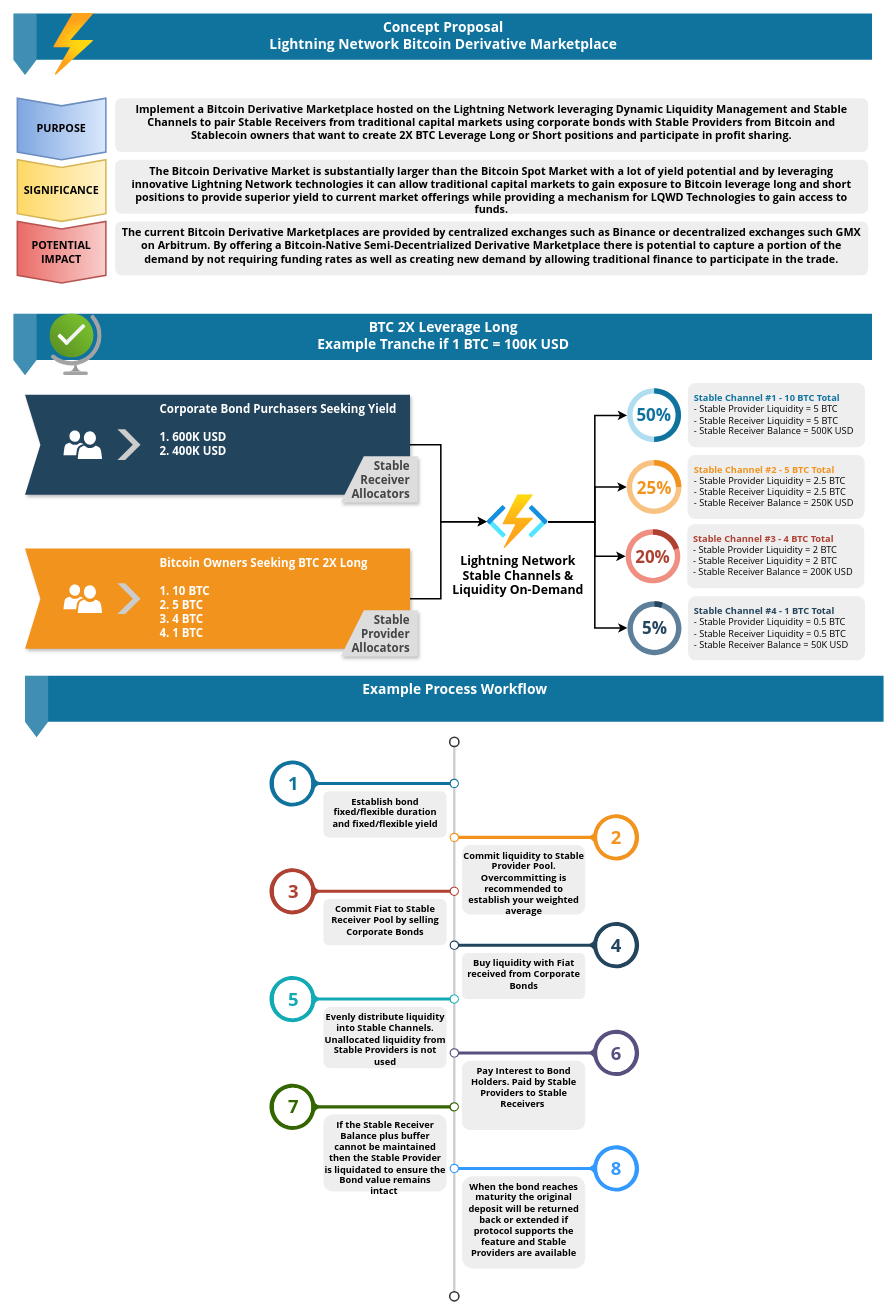
This is page 1 of 4 of Lightning Bank.drawio from Kyle-Hutchinson/Lightning-Bank-Case-Study, a draw.io file, before an edit. Source tidied: cells renumbered, new cells numbered last; positions are measured from the earlier drawing's top-left corner, leaving out a move shared by most shapes. Both pictures are drawn from the tidied source at 77%, with x=0, y=0 at pixel (13, 13).
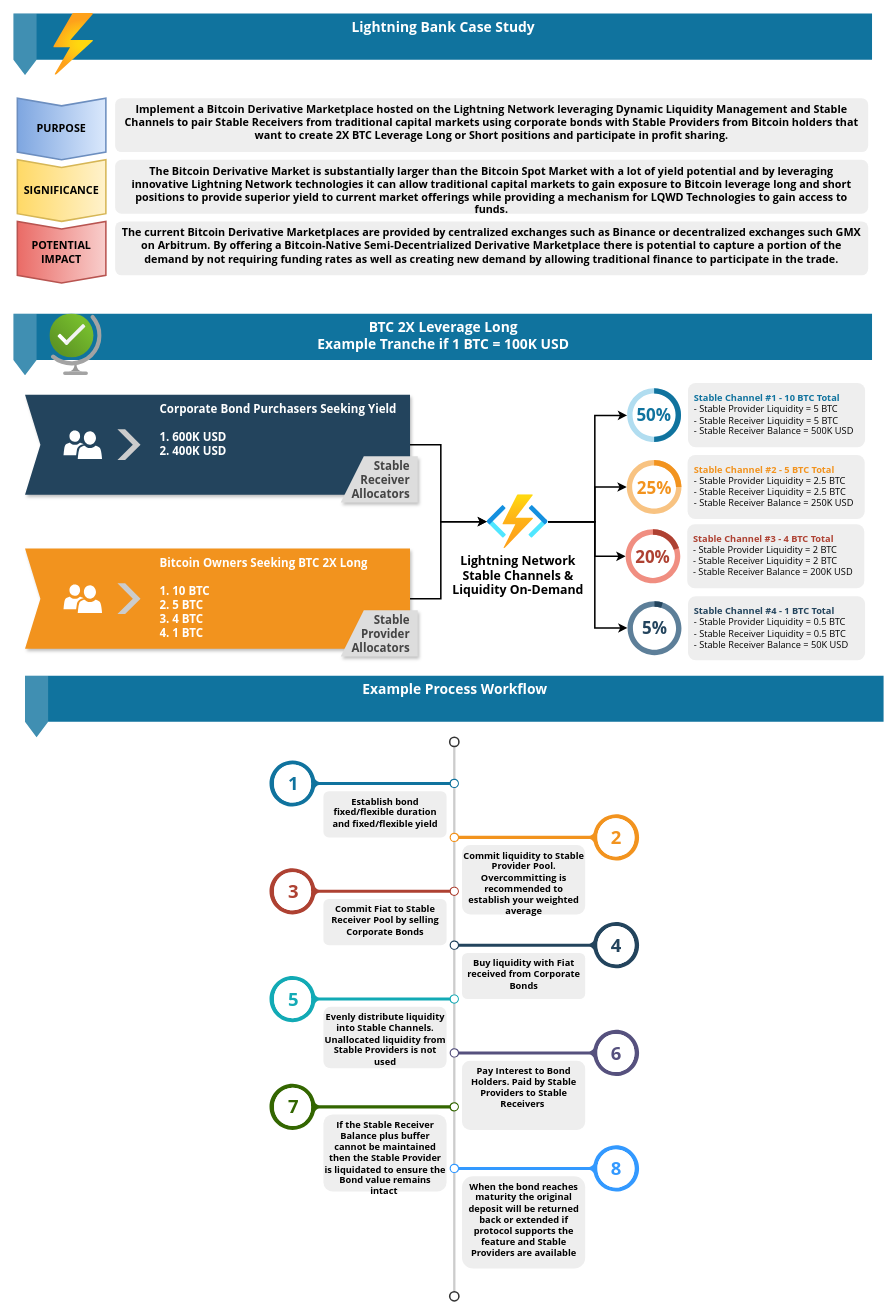
Above is the later version.

The edit, as a diff of the source:
```diff
@@
-    <mxCell id="2" value="Concept Proposal&lt;br&gt;Lightning Network Bitcoin Derivative Marketplace" style="html=1;shape=mxgraph.infographic.flag;dx=30;dy=20;fillColor=#10739E;strokeColor=none;align=center;verticalAlign=top;fontColor=#ffffff;fontSize=18;fontStyle=1;shadow=0;spacingTop=0;fontFamily=Segoe UI;" parent="1" vertex="1">
+    <mxCell id="2" value="Lightning Bank Case Study" style="html=1;shape=mxgraph.infographic.flag;dx=30;dy=20;fillColor=#10739E;strokeColor=none;align=center;verticalAlign=top;fontColor=#ffffff;fontSize=18;fontStyle=1;shadow=0;spacingTop=0;fontFamily=Segoe UI;" parent="1" vertex="1">
       <mxGeometry width="1115" height="80" as="geometry" />
     </mxCell>
@@
-    <mxCell id="7" value="&lt;font&gt;&lt;b&gt;Implement a &lt;/b&gt;&lt;b&gt;Bitcoin Derivative Marketplace hosted on the Lightning Network&amp;nbsp;&lt;/b&gt;&lt;b&gt;leveraging&amp;nbsp;&lt;/b&gt;&lt;b&gt;Dynamic Liquidity Management and Stable Channels to pair Stable Receivers from traditional capital markets using corporate bonds with Stable Providers from Bitcoin and Stablecoin owners that want to create 2X BTC Leverage Long or Short positions and participate in profit sharing.&lt;/b&gt;&lt;/font&gt;" style="rounded=1;strokeColor=none;fillColor=#EEEEEE;align=center;arcSize=12;verticalAlign=top;whiteSpace=wrap;html=1;fontSize=14;fontFamily=Segoe UI;spacing=2;spacingRight=8;spacingLeft=8;fontColor=#000000;" parent="1" vertex="1">
+    <mxCell id="7" value="&lt;font&gt;&lt;b&gt;Implement a &lt;/b&gt;&lt;b&gt;Bitcoin Derivative Marketplace hosted on the Lightning Network&amp;nbsp;&lt;/b&gt;&lt;b&gt;leveraging&amp;nbsp;&lt;/b&gt;&lt;b&gt;Dynamic Liquidity Management and Stable Channels to pair Stable Receivers from traditional capital markets using corporate bonds with Stable Providers from Bitcoin holders that want to create 2X BTC Leverage Long or Short positions and participate in profit sharing.&lt;/b&gt;&lt;/font&gt;" style="rounded=1;strokeColor=none;fillColor=#EEEEEE;align=center;arcSize=12;verticalAlign=top;whiteSpace=wrap;html=1;fontSize=14;fontFamily=Segoe UI;spacing=2;spacingRight=8;spacingLeft=8;fontColor=#000000;" parent="1" vertex="1">
       <mxGeometry x="132" y="110" width="978" height="70" as="geometry" />
     </mxCell>
```
